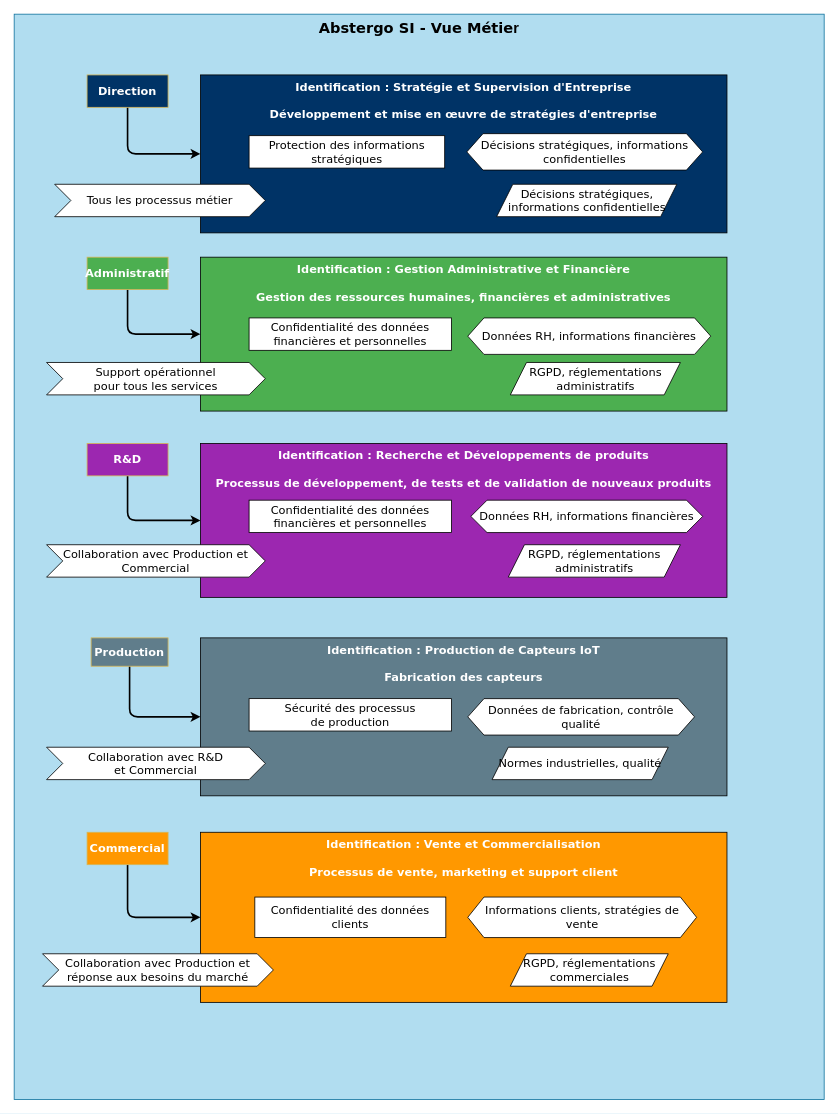
Earlier version of the draw.io diagram Vue_Metiers_SI.drawio (CharifMah/AbstergoAnimus). Source tidied: cells renumbered, new cells numbered last; positions are measured from the earlier drawing's top-left corner, leaving out a move shared by most shapes. Both pictures are drawn from the tidied source at 81%, with x=0, y=0 at pixel (14, 14).
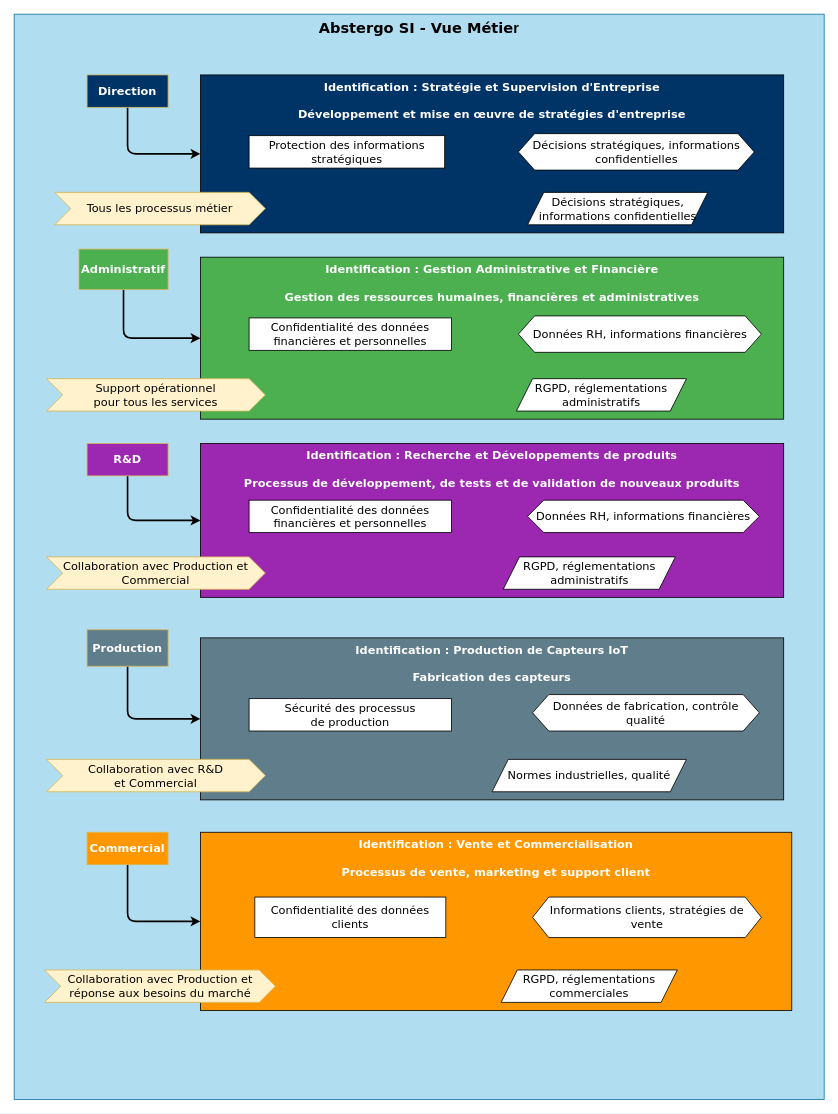
The same page after the edit.

Commit message:
Mettre à jour Vue_Metiers_SI.drawio

The change refers to these unchanged cells:
```xml
<mxCell id="30" value="Commercial" style="rounded=0;whiteSpace=wrap;html=1;fontSize=14;fontFamily=Verdana;horizontal=1;fillColor=#FF9800;fontStyle=1;gradientColor=none;strokeColor=#d6b656;fontColor=#FFFFFF;" parent="1" vertex="1">
  <mxGeometry x="90" y="1010" width="100" height="40" as="geometry" />
</mxCell>
```

Diff of the diagram source:
```diff
@@
     <mxCell id="5" value="&lt;b style=&quot;font-size: 14px;&quot;&gt;&lt;font color=&quot;#ffffff&quot; style=&quot;font-size: 14px;&quot;&gt;Identification : Stratégie et Supervision d'Entreprise&lt;br style=&quot;font-size: 14px;&quot;&gt;&lt;br style=&quot;font-size: 14px;&quot;&gt;Développement et mise en œuvre de stratégies d'entreprise&lt;/font&gt;&lt;/b&gt;" style="rounded=0;whiteSpace=wrap;html=1;fontSize=14;verticalAlign=top;fontFamily=Verdana;horizontal=1;fontStyle=0;fillColor=#003366;" parent="1" vertex="1">
-      <mxGeometry x="230" y="75" width="650" height="195" as="geometry" />
+      <mxGeometry x="230" y="75" width="720" height="195" as="geometry" />
     </mxCell>
     <mxCell id="6" value="Décisions stratégiques, informations confidentielles" style="shape=hexagon;perimeter=hexagonPerimeter2;whiteSpace=wrap;html=1;fixedSize=1;fontSize=14;fontFamily=Verdana;rounded=0;horizontal=1;fontStyle=0;" parent="1" vertex="1">
-      <mxGeometry x="558.8" y="147.5" width="291.2" height="45" as="geometry" />
+      <mxGeometry x="622.5" y="147.5" width="291.2" height="45" as="geometry" />
     </mxCell>
     <mxCell id="7" value="Décisions stratégiques, informations confidentielles" style="shape=parallelogram;perimeter=parallelogramPerimeter;whiteSpace=wrap;html=1;fixedSize=1;fontSize=14;fontFamily=Verdana;rounded=0;horizontal=1;fontStyle=0;" parent="1" vertex="1">
-      <mxGeometry x="595.6" y="210" width="222.5" height="40" as="geometry" />
+      <mxGeometry x="633.8" y="220" width="222.5" height="40" as="geometry" />
     </mxCell>
@@
     <mxCell id="9" value="&lt;b style=&quot;font-size: 14px;&quot;&gt;&lt;font color=&quot;#ffffff&quot; style=&quot;font-size: 14px;&quot;&gt;Identification : Gestion Administrative et Financière&lt;br style=&quot;font-size: 14px;&quot;&gt;&lt;br style=&quot;font-size: 14px;&quot;&gt;Gestion des ressources humaines, financières et administratives&lt;/font&gt;&lt;/b&gt;" style="rounded=0;whiteSpace=wrap;html=1;fontSize=14;verticalAlign=top;fontFamily=Verdana;horizontal=1;fontStyle=0;fillColor=#4CAF50;" parent="1" vertex="1">
-      <mxGeometry x="230" y="300" width="650" height="190" as="geometry" />
+      <mxGeometry x="230" y="300" width="720" height="200" as="geometry" />
     </mxCell>
@@
     <mxCell id="11" value="Données RH, informations financières" style="shape=hexagon;perimeter=hexagonPerimeter2;whiteSpace=wrap;html=1;fixedSize=1;fontSize=14;fontFamily=Verdana;rounded=0;horizontal=1;fontStyle=0;" parent="1" vertex="1">
-      <mxGeometry x="560" y="375" width="300" height="45" as="geometry" />
+      <mxGeometry x="622.5" y="372.5" width="300" height="45" as="geometry" />
     </mxCell>
     <mxCell id="12" value="RGPD, réglementations administratifs" style="shape=parallelogram;perimeter=parallelogramPerimeter;whiteSpace=wrap;html=1;fixedSize=1;fontSize=14;fontFamily=Verdana;rounded=0;horizontal=1;fontStyle=0;" parent="1" vertex="1">
-      <mxGeometry x="612.5" y="430" width="210" height="40" as="geometry" />
+      <mxGeometry x="620" y="450" width="210" height="40" as="geometry" />
     </mxCell>
-    <mxCell id="13" value="Tous les processus métier" style="shape=step;perimeter=stepPerimeter;whiteSpace=wrap;html=1;fixedSize=1;fontSize=14;fontFamily=Verdana;rounded=0;horizontal=1;fontStyle=0;" parent="1" vertex="1">
-      <mxGeometry x="50" y="210" width="260" height="40" as="geometry" />
+    <mxCell id="13" value="Tous les processus métier" style="shape=step;perimeter=stepPerimeter;whiteSpace=wrap;html=1;fixedSize=1;fontSize=14;fontFamily=Verdana;rounded=0;horizontal=1;fontStyle=0;fillColor=#fff2cc;strokeColor=#d6b656;" parent="1" vertex="1">
+      <mxGeometry x="50" y="220" width="260" height="40" as="geometry" />
     </mxCell>
-    <mxCell id="14" value="Support opérationnel &lt;br style=&quot;font-size: 14px;&quot;&gt;pour tous les services" style="shape=step;perimeter=stepPerimeter;whiteSpace=wrap;html=1;fixedSize=1;fontSize=14;fontFamily=Verdana;rounded=0;horizontal=1;fontStyle=0;" parent="1" vertex="1">
-      <mxGeometry x="40" y="430" width="270" height="40" as="geometry" />
+    <mxCell id="14" value="Support opérationnel &lt;br style=&quot;font-size: 14px;&quot;&gt;pour tous les services" style="shape=step;perimeter=stepPerimeter;whiteSpace=wrap;html=1;fixedSize=1;fontSize=14;fontFamily=Verdana;rounded=0;horizontal=1;fontStyle=0;fillColor=#fff2cc;strokeColor=#d6b656;" parent="1" vertex="1">
+      <mxGeometry x="40" y="450" width="270" height="40" as="geometry" />
     </mxCell>
@@
     <mxCell id="17" value="&lt;b style=&quot;font-size: 14px;&quot;&gt;&lt;font color=&quot;#ffffff&quot; style=&quot;font-size: 14px;&quot;&gt;Identification : Recherche et Développements de produits&lt;br style=&quot;font-size: 14px;&quot;&gt;&lt;br style=&quot;font-size: 14px;&quot;&gt;Processus de développement, de tests et de validation de nouveaux produits&lt;/font&gt;&lt;/b&gt;" style="rounded=0;whiteSpace=wrap;html=1;fontSize=14;verticalAlign=top;fontFamily=Verdana;horizontal=1;fontStyle=0;fillColor=#9C27B0;" parent="1" vertex="1">
-      <mxGeometry x="230" y="530" width="650" height="190" as="geometry" />
+      <mxGeometry x="230" y="530" width="720" height="190" as="geometry" />
     </mxCell>
@@
     <mxCell id="19" value="Données RH, informations financières" style="shape=hexagon;perimeter=hexagonPerimeter2;whiteSpace=wrap;html=1;fixedSize=1;fontSize=14;fontFamily=Verdana;rounded=0;horizontal=1;fontStyle=0;" parent="1" vertex="1">
-      <mxGeometry x="563.8" y="600" width="286.2" height="40" as="geometry" />
+      <mxGeometry x="633.8" y="600" width="286.2" height="40" as="geometry" />
     </mxCell>
     <mxCell id="20" value="RGPD, réglementations administratifs" style="shape=parallelogram;perimeter=parallelogramPerimeter;whiteSpace=wrap;html=1;fixedSize=1;fontSize=14;fontFamily=Verdana;rounded=0;horizontal=1;fontStyle=0;" parent="1" vertex="1">
-      <mxGeometry x="610" y="655" width="212.5" height="40" as="geometry" />
+      <mxGeometry x="603.8" y="670" width="212.5" height="40" as="geometry" />
     </mxCell>
-    <mxCell id="21" value="Collaboration avec Production et Commercial" style="shape=step;perimeter=stepPerimeter;whiteSpace=wrap;html=1;fixedSize=1;fontSize=14;fontFamily=Verdana;rounded=0;horizontal=1;fontStyle=0;" parent="1" vertex="1">
-      <mxGeometry x="40" y="655" width="270" height="40" as="geometry" />
+    <mxCell id="21" value="Collaboration avec Production et Commercial" style="shape=step;perimeter=stepPerimeter;whiteSpace=wrap;html=1;fixedSize=1;fontSize=14;fontFamily=Verdana;rounded=0;horizontal=1;fontStyle=0;fillColor=#fff2cc;strokeColor=#d6b656;" parent="1" vertex="1">
+      <mxGeometry x="40" y="670" width="270" height="40" as="geometry" />
     </mxCell>
@@
     <mxCell id="23" value="Production" style="rounded=0;whiteSpace=wrap;html=1;fontSize=14;fontFamily=Verdana;horizontal=1;fillColor=#607D8B;fontStyle=1;gradientColor=none;strokeColor=#d6b656;fontColor=#FFFFFF;" parent="1" vertex="1">
-      <mxGeometry x="95" y="770" width="95" height="35" as="geometry" />
+      <mxGeometry x="90" y="760" width="100" height="45" as="geometry" />
     </mxCell>
     <mxCell id="24" value="&lt;b style=&quot;font-size: 14px;&quot;&gt;&lt;font color=&quot;#ffffff&quot; style=&quot;font-size: 14px;&quot;&gt;Identification : Production de Capteurs IoT&lt;br style=&quot;font-size: 14px;&quot;&gt;&lt;br style=&quot;font-size: 14px;&quot;&gt;Fabrication des capteurs&lt;/font&gt;&lt;/b&gt;" style="rounded=0;whiteSpace=wrap;html=1;fontSize=14;verticalAlign=top;fontFamily=Verdana;horizontal=1;fontStyle=0;fillColor=#607D8B;" parent="1" vertex="1">
-      <mxGeometry x="230" y="770" width="650" height="195" as="geometry" />
+      <mxGeometry x="230" y="770" width="720" height="200" as="geometry" />
     </mxCell>
@@
     <mxCell id="26" value="Données de fabrication, contrôle qualité" style="shape=hexagon;perimeter=hexagonPerimeter2;whiteSpace=wrap;html=1;fixedSize=1;fontSize=14;fontFamily=Verdana;rounded=0;horizontal=1;fontStyle=0;" parent="1" vertex="1">
-      <mxGeometry x="560" y="845" width="280" height="45" as="geometry" />
+      <mxGeometry x="640" y="840" width="280" height="45" as="geometry" />
     </mxCell>
     <mxCell id="27" value="Normes industrielles, qualité" style="shape=parallelogram;perimeter=parallelogramPerimeter;whiteSpace=wrap;html=1;fixedSize=1;fontSize=14;fontFamily=Verdana;rounded=0;horizontal=1;fontStyle=0;" parent="1" vertex="1">
-      <mxGeometry x="590" y="905" width="217.5" height="40" as="geometry" />
+      <mxGeometry x="590" y="920" width="240" height="40" as="geometry" />
     </mxCell>
-    <mxCell id="28" value="Collaboration avec R&amp;amp;D &lt;br style=&quot;font-size: 14px;&quot;&gt;et Commercial" style="shape=step;perimeter=stepPerimeter;whiteSpace=wrap;html=1;fixedSize=1;fontSize=14;fontFamily=Verdana;rounded=0;horizontal=1;fontStyle=0;" parent="1" vertex="1">
-      <mxGeometry x="40" y="905" width="270" height="40" as="geometry" />
+    <mxCell id="28" value="Collaboration avec R&amp;amp;D &lt;br style=&quot;font-size: 14px;&quot;&gt;et Commercial" style="shape=step;perimeter=stepPerimeter;whiteSpace=wrap;html=1;fixedSize=1;fontSize=14;fontFamily=Verdana;rounded=0;horizontal=1;fontStyle=0;fillColor=#fff2cc;strokeColor=#d6b656;" parent="1" vertex="1">
+      <mxGeometry x="40" y="920" width="270" height="40" as="geometry" />
     </mxCell>
-    <mxCell id="29" style="edgeStyle=orthogonalEdgeStyle;jettySize=auto;html=1;entryX=0;entryY=0.5;entryDx=0;entryDy=0;strokeWidth=2;fontSize=14;fontFamily=Verdana;" parent="1" edge="1" source="30" target="31">
-      <mxGeometry relative="1" as="geometry">
-        <Array as="points">
-          <mxPoint x="140" y="1115" />
-        </Array>
-      </mxGeometry>
+    <mxCell id="29" style="edgeStyle=orthogonalEdgeStyle;jettySize=auto;html=1;exitX=0.5;exitY=1;exitDx=0;exitDy=0;entryX=0;entryY=0.5;entryDx=0;entryDy=0;strokeWidth=2;" parent="1" edge="1" source="30" target="31">
+      <mxGeometry relative="1" as="geometry" />
     </mxCell>
@@
     <mxCell id="31" value="&lt;b style=&quot;font-size: 14px;&quot;&gt;&lt;font color=&quot;#ffffff&quot; style=&quot;font-size: 14px;&quot;&gt;Identification : Vente et Commercialisation&lt;br style=&quot;font-size: 14px;&quot;&gt;&lt;br style=&quot;font-size: 14px;&quot;&gt;Processus de vente, marketing et support client&lt;/font&gt;&lt;/b&gt;" style="rounded=0;whiteSpace=wrap;html=1;fontSize=14;verticalAlign=top;fontFamily=Verdana;horizontal=1;fontStyle=0;fillColor=#FF9800;" parent="1" vertex="1">
-      <mxGeometry x="230" y="1010" width="650" height="210" as="geometry" />
+      <mxGeometry x="230" y="1010" width="730" height="220" as="geometry" />
     </mxCell>
@@
     <mxCell id="33" value="Informations clients, stratégies de vente" style="shape=hexagon;perimeter=hexagonPerimeter2;whiteSpace=wrap;html=1;fixedSize=1;fontSize=14;fontFamily=Verdana;rounded=0;horizontal=1;fontStyle=0;" parent="1" vertex="1">
-      <mxGeometry x="560" y="1090" width="282.5" height="50" as="geometry" />
+      <mxGeometry x="640" y="1090" width="282.5" height="50" as="geometry" />
     </mxCell>
     <mxCell id="34" value="RGPD, réglementations commerciales" style="shape=parallelogram;perimeter=parallelogramPerimeter;whiteSpace=wrap;html=1;fixedSize=1;fontSize=14;fontFamily=Verdana;rounded=0;horizontal=1;fontStyle=0;" parent="1" vertex="1">
-      <mxGeometry x="612.5" y="1160" width="195" height="40" as="geometry" />
+      <mxGeometry x="601.2" y="1180" width="217.5" height="40" as="geometry" />
     </mxCell>
-    <mxCell id="35" value="Collaboration avec Production et &lt;br style=&quot;font-size: 14px;&quot;&gt;réponse aux besoins du marché" style="shape=step;perimeter=stepPerimeter;whiteSpace=wrap;html=1;fixedSize=1;fontSize=14;fontFamily=Verdana;rounded=0;horizontal=1;fontStyle=0;" parent="1" vertex="1">
-      <mxGeometry x="35" y="1160" width="285" height="40" as="geometry" />
+    <mxCell id="35" value="Collaboration avec Production et &lt;br style=&quot;font-size: 14px;&quot;&gt;réponse aux besoins du marché" style="shape=step;perimeter=stepPerimeter;whiteSpace=wrap;html=1;fixedSize=1;fontSize=14;fontFamily=Verdana;rounded=0;horizontal=1;fontStyle=0;fillColor=#fff2cc;strokeColor=#d6b656;" parent="1" vertex="1">
+      <mxGeometry x="37.5" y="1180" width="285" height="40" as="geometry" />
     </mxCell>
@@
     <mxCell id="37" value="&lt;b style=&quot;font-size: 14px;&quot;&gt;Administratif&lt;/b&gt;" style="rounded=0;whiteSpace=wrap;html=1;fontSize=14;fontFamily=Verdana;horizontal=1;fillColor=#4CAF50;fontStyle=0;strokeColor=#d6b656;fontColor=#FFFFFF;" parent="1" vertex="1">
-      <mxGeometry x="90" y="300" width="100" height="40" as="geometry" />
+      <mxGeometry x="80" y="290" width="110" height="50" as="geometry" />
     </mxCell>
```
